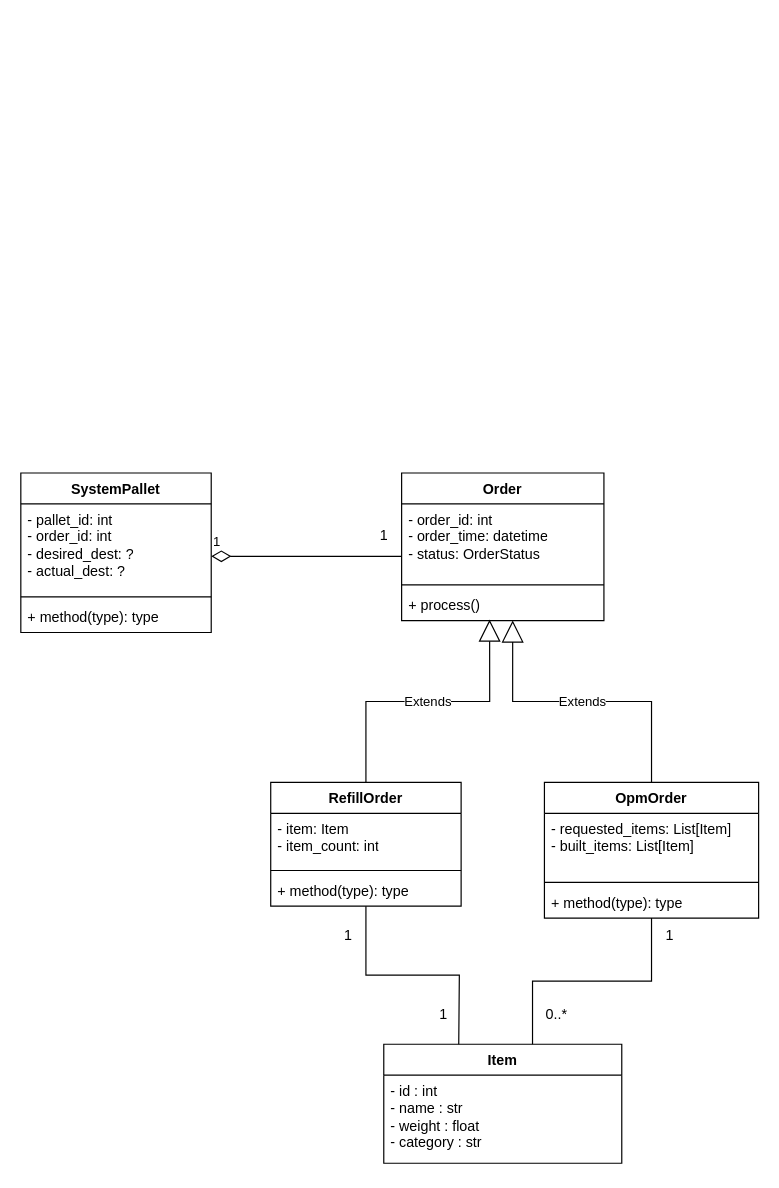
This is docs/uml/class_diagram.drawio from joonaMakiKorte/MaterialFlow, a draw.io file, before an edit. Source tidied: cells renumbered, new cells numbered last; positions are measured from the earlier drawing's top-left corner, leaving out a move shared by most shapes. Both pictures are drawn from the tidied source at 119%, with x=0, y=0 at pixel (20, 472).
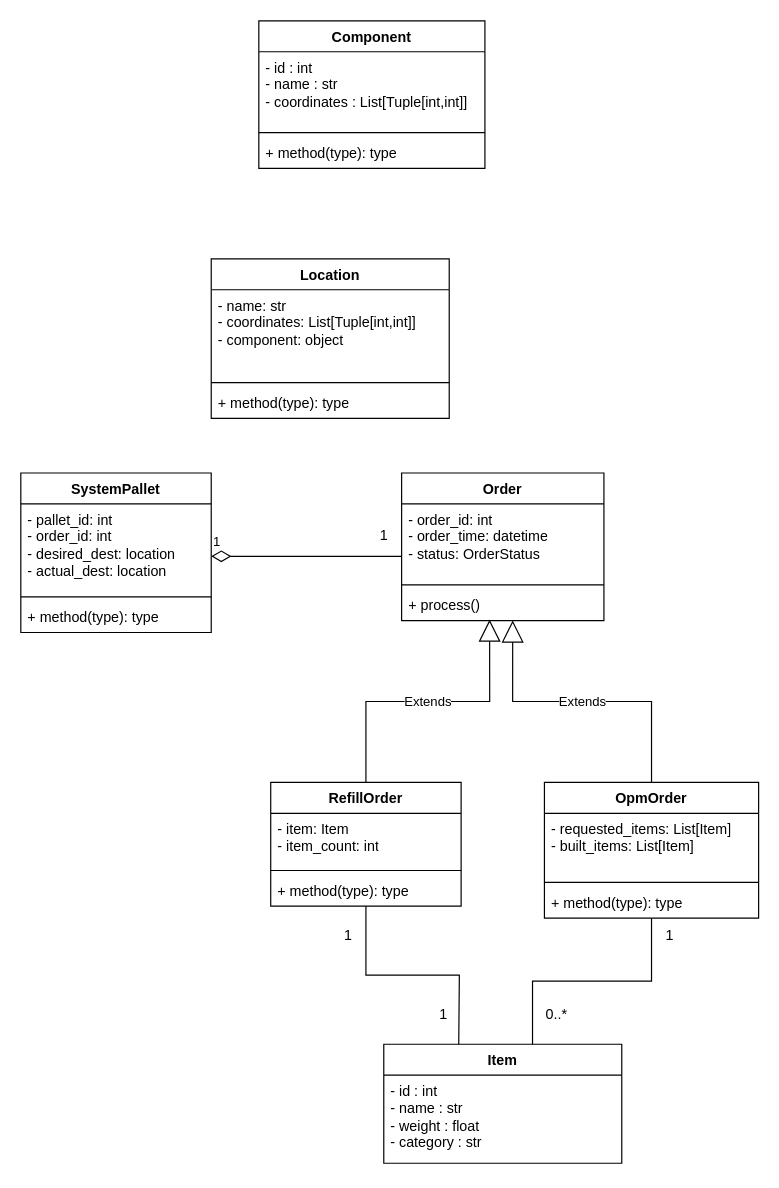
Above is the later version.

Unchanged cells that the change refers to:
```xml
<mxCell id="8" value="SystemPallet" style="swimlane;fontStyle=1;align=center;verticalAlign=top;horizontal=1;startSize=26;whiteSpace=wrap;html=1;" parent="1" vertex="1">
  <mxGeometry width="160" height="134" as="geometry" />
</mxCell>
```

The edit, as a diff of the source:
```diff
@@
-    <mxCell id="9" value="- pallet_id: int&lt;div&gt;- order_id: int&lt;/div&gt;&lt;div&gt;- desired_dest: ?&lt;/div&gt;&lt;div&gt;- actual_dest: ?&lt;br&gt;&lt;div&gt;&lt;br&gt;&lt;/div&gt;&lt;/div&gt;" style="text;strokeColor=none;fillColor=none;align=left;verticalAlign=top;spacingLeft=4;spacingRight=4;overflow=hidden;whiteSpace=wrap;html=1;" parent="8" vertex="1">
+    <mxCell id="9" value="- pallet_id: int&lt;div&gt;- order_id: int&lt;/div&gt;&lt;div&gt;- desired_dest: location&lt;/div&gt;&lt;div&gt;- actual_dest: location&lt;br&gt;&lt;div&gt;&lt;br&gt;&lt;/div&gt;&lt;/div&gt;" style="text;strokeColor=none;fillColor=none;align=left;verticalAlign=top;spacingLeft=4;spacingRight=4;overflow=hidden;whiteSpace=wrap;html=1;" parent="8" vertex="1">
       <mxGeometry y="26" width="160" height="74" as="geometry" />
     </mxCell>
@@
+    <mxCell id="30" value="Location" style="swimlane;fontStyle=1;align=center;verticalAlign=top;horizontal=1;startSize=26;whiteSpace=wrap;html=1;" parent="1" vertex="1">
+      <mxGeometry x="160" y="-180" width="200" height="134" as="geometry" />
+    </mxCell>
+    <mxCell id="31" value="- name: str&lt;div&gt;&lt;span style=&quot;background-color: transparent; color: light-dark(rgb(0, 0, 0), rgb(255, 255, 255));&quot;&gt;- coordinates: List[Tuple[int,int]]&lt;/span&gt;&lt;/div&gt;&lt;div&gt;&lt;span style=&quot;background-color: transparent; color: light-dark(rgb(0, 0, 0), rgb(255, 255, 255));&quot;&gt;- component: object&lt;/span&gt;&lt;/div&gt;" style="text;strokeColor=none;fillColor=none;align=left;verticalAlign=top;spacingLeft=4;spacingRight=4;overflow=hidden;whiteSpace=wrap;html=1;" parent="30" vertex="1">
+      <mxGeometry y="26" width="200" height="74" as="geometry" />
+    </mxCell>
+    <mxCell id="32" style="line;strokeWidth=1;fillColor=none;align=left;verticalAlign=middle;spacingTop=-1;spacingLeft=3;spacingRight=3;labelPosition=right;strokeColor=inherit;" parent="30" vertex="1">
+      <mxGeometry y="100" width="200" height="8" as="geometry" />
+    </mxCell>
+    <mxCell id="33" value="+ method(type): type" style="text;strokeColor=none;fillColor=none;align=left;verticalAlign=top;spacingLeft=4;spacingRight=4;overflow=hidden;whiteSpace=wrap;html=1;" parent="30" vertex="1">
+      <mxGeometry y="108" width="200" height="26" as="geometry" />
+    </mxCell>
+    <mxCell id="34" value="Component" style="swimlane;fontStyle=1;align=center;verticalAlign=top;horizontal=1;startSize=26;whiteSpace=wrap;html=1;" parent="1" vertex="1">
+      <mxGeometry x="200" y="-380" width="190" height="124" as="geometry" />
+    </mxCell>
+    <mxCell id="35" value="- id : int&lt;div&gt;- name : str&lt;/div&gt;&lt;div&gt;- coordinates : List[Tuple[int,int]]&lt;/div&gt;" style="text;strokeColor=none;fillColor=none;align=left;verticalAlign=top;spacingLeft=4;spacingRight=4;overflow=hidden;whiteSpace=wrap;html=1;" parent="34" vertex="1">
+      <mxGeometry y="26" width="190" height="64" as="geometry" />
+    </mxCell>
+    <mxCell id="36" style="line;strokeWidth=1;fillColor=none;align=left;verticalAlign=middle;spacingTop=-1;spacingLeft=3;spacingRight=3;labelPosition=right;strokeColor=inherit;" parent="34" vertex="1">
+      <mxGeometry y="90" width="190" height="8" as="geometry" />
+    </mxCell>
+    <mxCell id="37" value="+ method(type): type" style="text;strokeColor=none;fillColor=none;align=left;verticalAlign=top;spacingLeft=4;spacingRight=4;overflow=hidden;whiteSpace=wrap;html=1;" parent="34" vertex="1">
+      <mxGeometry y="98" width="190" height="26" as="geometry" />
+    </mxCell>
```
